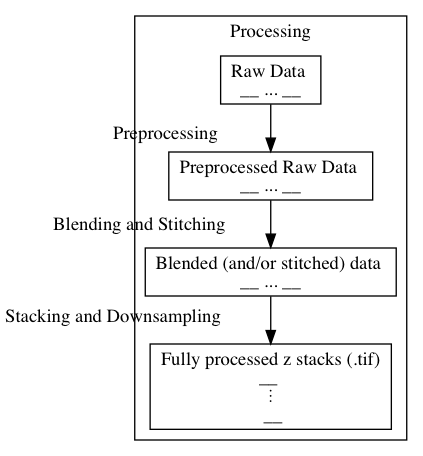
The Graphviz diagram roadmap/processing_roadmap.png in BrainCOGS/lightserv, before a commit. Its source is kept beside it as roadmap/processing_roadmap.gv.
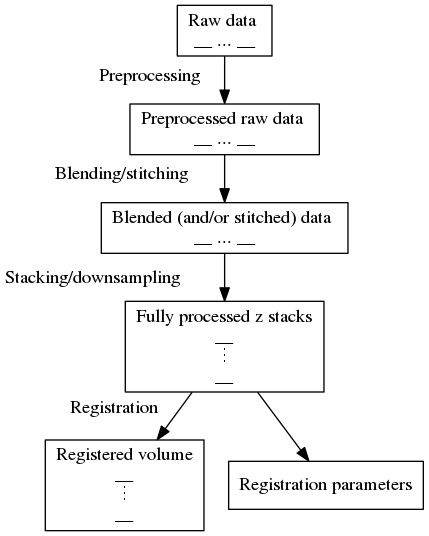
Later version of the same file.

The edit, as a diff of the source:
```diff
@@ -1,19 +1,23 @@
-digraph cluster_processing {
-	subgraph cluster_subprocessing {
-		label=Processing
-		node [shape=box]
-		A [label="Raw Data
+digraph processing {
+	node [shape=box]
+	A [label="Raw data
 __ ... __"]
-		B [label="Preprocessed Raw Data
+	B [label="Preprocessed raw data
 __ ... __"]
-		C [label="Blended (and/or stitched) data
+	C [label="Blended (and/or stitched) data
 __ ... __"]
-		D [label="Fully processed z stacks (.tif)
+	D [label="Fully processed z stacks
 __
 ⋮
- __"]
-		A -> B [headlabel=Preprocessing labelangle=80 labeldistance=8 minlen=1]
-		B -> C [headlabel="Blending and Stitching" labelangle=80 labeldistance=10]
-		C -> D [headlabel="Stacking and Downsampling" labelangle=80 labeldistance=12]
-	}
+__"]
+	E [label="Registered volume
+__
+⋮
+__"]
+	F [label="Registration parameters"]
+	A -> B [headlabel=Preprocessing labelangle=70 labeldistance=6]
+	B -> C [headlabel="Blending/stitching" labelangle=75 labeldistance=8]
+	C -> D [headlabel="Stacking/downsampling" labelangle=80 labeldistance=10]
+	D -> E [headlabel=Registration labelangle=90 labeldistance=4]
+	D -> F
 }
```
